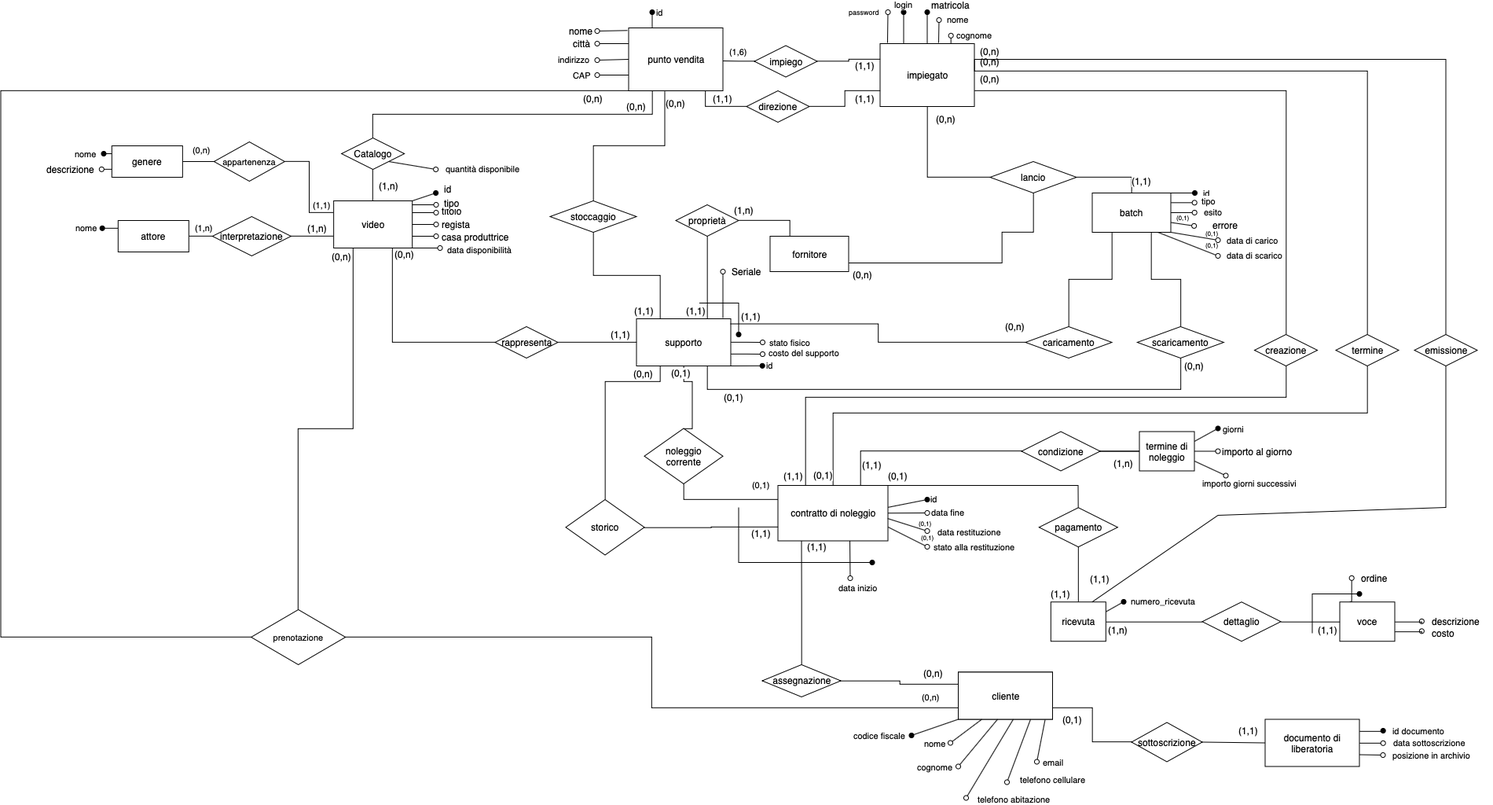
Before: docs/Progettazione_logica.png, a diagram exported from draw.io (marcoromag/bd-noleggio). Source tidied: cells renumbered, new cells last; positions are measured from the earlier drawing's top-left corner, leaving out a move shared by most shapes.
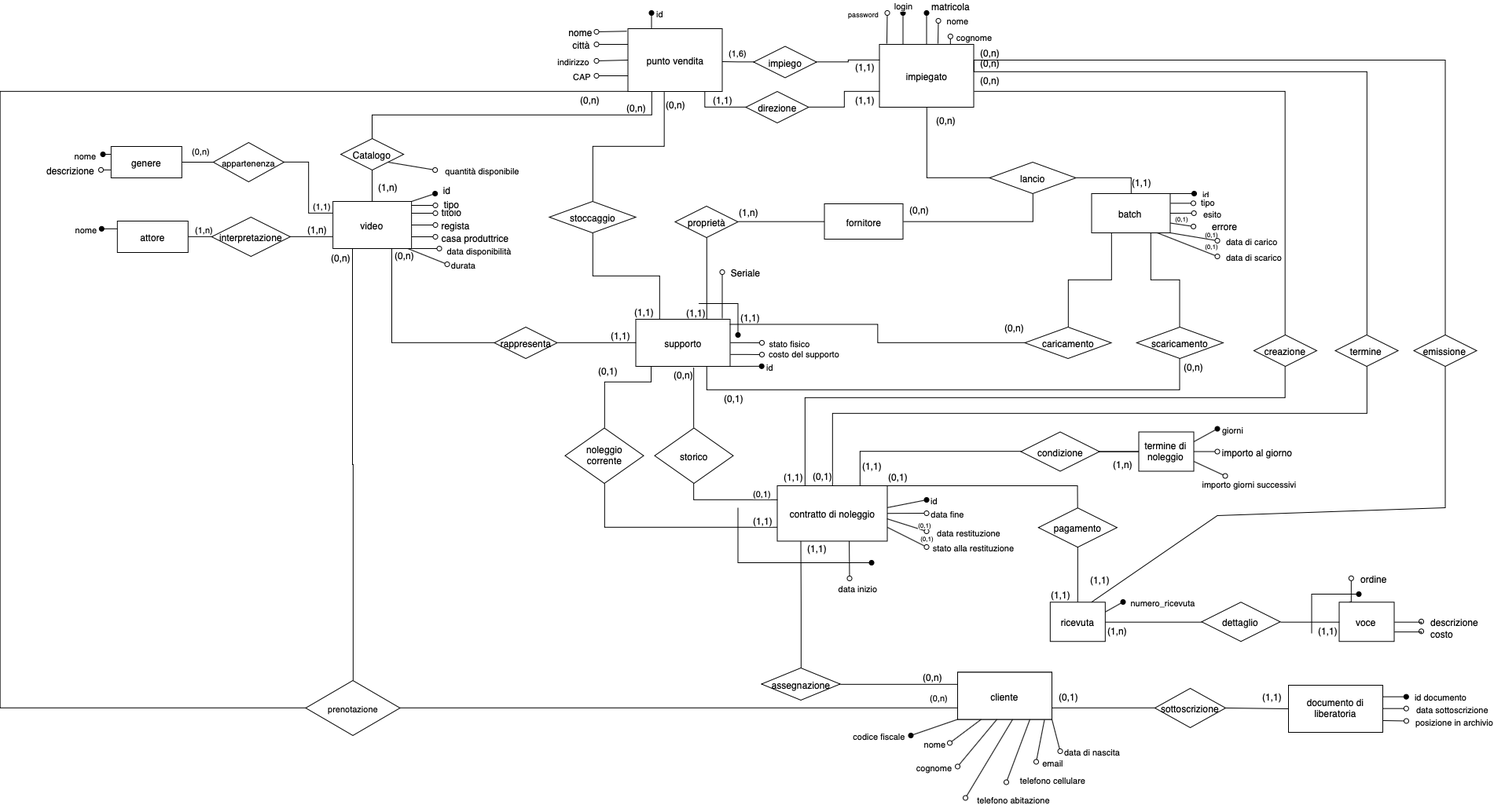
After the commit.

The edit, as a diff of the source:
```diff
@@ -173,11 +173,11 @@
         <mxPoint x="969.5" y="420" as="targetPoint" />
       </mxGeometry>
     </mxCell>
-    <mxCell id="41" style="edgeStyle=orthogonalEdgeStyle;rounded=0;jettySize=auto;html=1;startArrow=none;startFill=0;endArrow=none;endFill=0;entryX=0.5;entryY=0;entryDx=0;entryDy=0;exitX=0.5;exitY=1;exitDx=0;exitDy=0;" parent="1" edge="1" source="50" target="68">
+    <mxCell id="41" style="edgeStyle=orthogonalEdgeStyle;rounded=0;jettySize=auto;html=1;startArrow=none;startFill=0;endArrow=none;endFill=0;entryX=0.5;entryY=0;entryDx=0;entryDy=0;exitX=0.165;exitY=0.986;exitDx=0;exitDy=0;exitPerimeter=0;" parent="1" edge="1" source="50" target="68">
       <mxGeometry relative="1" as="geometry">
         <Array as="points">
-          <mxPoint x="870" y="470" />
-          <mxPoint x="880" y="470" />
+          <mxPoint x="829" y="470" />
+          <mxPoint x="769" y="470" />
         </Array>
       </mxGeometry>
     </mxCell>
@@ -207,17 +207,16 @@
         <mxPoint x="17.5" y="-1" as="offset" />
       </mxGeometry>
     </mxCell>
-    <mxCell id="47" style="edgeStyle=orthogonalEdgeStyle;rounded=0;jettySize=auto;html=1;exitX=0.25;exitY=1;exitDx=0;exitDy=0;entryX=0.5;entryY=0;entryDx=0;entryDy=0;startArrow=none;startFill=0;endArrow=none;endFill=0;strokeColor=#000000;" parent="1" edge="1" source="50" target="133">
+    <mxCell id="47" style="edgeStyle=orthogonalEdgeStyle;rounded=0;jettySize=auto;html=1;exitX=0.617;exitY=1.024;exitDx=0;exitDy=0;entryX=0.5;entryY=0;entryDx=0;entryDy=0;startArrow=none;startFill=0;endArrow=none;endFill=0;strokeColor=#000000;exitPerimeter=0;" parent="1" edge="1" source="50" target="133">
       <mxGeometry relative="1" as="geometry">
         <Array as="points">
-          <mxPoint x="840" y="470" />
-          <mxPoint x="770" y="470" />
+          <mxPoint x="883" y="523" />
         </Array>
       </mxGeometry>
     </mxCell>
     <mxCell id="48" value="(0,n)" style="text;html=1;align=center;verticalAlign=middle;labelBackgroundColor=#ffffff;" parent="47" vertex="1">
       <mxGeometry x="-0.49" y="3" relative="1" as="geometry">
-        <mxPoint x="19.5" y="-13" as="offset" />
+        <mxPoint x="-16.7" y="-10.7" as="offset" />
       </mxGeometry>
     </mxCell>
     <mxCell id="49" value="id" style="rounded=0;jettySize=auto;html=1;exitX=1;exitY=1;exitDx=0;exitDy=0;endArrow=oval;endFill=1;" parent="1" edge="1" source="50">
@@ -240,7 +239,7 @@
     <mxCell id="53" value="rappresenta" style="rhombus;whiteSpace=wrap;html=1;" parent="1" vertex="1">
       <mxGeometry x="629" y="400" width="80" height="40" as="geometry" />
     </mxCell>
-    <mxCell id="54" style="edgeStyle=orthogonalEdgeStyle;rounded=0;jettySize=auto;html=1;exitX=0.25;exitY=0;exitDx=0;exitDy=0;entryX=1;entryY=0.5;entryDx=0;entryDy=0;startArrow=none;startFill=0;endArrow=none;endFill=0;" parent="1" edge="1" source="58" target="61">
+    <mxCell id="54" style="edgeStyle=orthogonalEdgeStyle;rounded=0;jettySize=auto;html=1;exitX=0;exitY=0.5;exitDx=0;exitDy=0;entryX=1;entryY=0.5;entryDx=0;entryDy=0;startArrow=none;startFill=0;endArrow=none;endFill=0;" parent="1" edge="1" source="58" target="61">
       <mxGeometry relative="1" as="geometry" />
     </mxCell>
     <mxCell id="55" value="(1,n)" style="text;html=1;align=center;verticalAlign=middle;labelBackgroundColor=#ffffff;" parent="54" vertex="1">
@@ -248,22 +247,23 @@
         <mxPoint x="-11.8" y="-13.8" as="offset" />
       </mxGeometry>
     </mxCell>
-    <mxCell id="56" style="edgeStyle=orthogonalEdgeStyle;rounded=0;jettySize=auto;html=1;exitX=1;exitY=0.75;exitDx=0;exitDy=0;entryX=0.5;entryY=1;entryDx=0;entryDy=0;startArrow=none;startFill=0;endArrow=none;endFill=0;strokeColor=#000000;fontColor=#7EA6E0;" parent="1" edge="1" source="58" target="176">
+    <mxCell id="56" style="edgeStyle=orthogonalEdgeStyle;rounded=0;jettySize=auto;html=1;entryX=0.5;entryY=1;entryDx=0;entryDy=0;startArrow=none;startFill=0;endArrow=none;endFill=0;strokeColor=#000000;fontColor=#7EA6E0;" parent="1" edge="1" target="176">
       <mxGeometry relative="1" as="geometry">
+        <mxPoint x="1149" y="266" as="sourcePoint" />
         <Array as="points">
-          <mxPoint x="1274" y="319" />
-          <mxPoint x="1274" y="280" />
-          <mxPoint x="1315" y="280" />
+          <mxPoint x="1149" y="266" />
+          <mxPoint x="1315" y="266" />
+          <mxPoint x="1315" y="230" />
         </Array>
       </mxGeometry>
     </mxCell>
     <mxCell id="57" value="&lt;font color=&quot;#000000&quot;&gt;(0,n)&lt;/font&gt;" style="text;html=1;align=center;verticalAlign=middle;labelBackgroundColor=#ffffff;fontColor=#7EA6E0;" parent="56" vertex="1">
       <mxGeometry x="-0.61" y="-2" relative="1" as="geometry">
-        <mxPoint x="-45.5" y="13" as="offset" />
+        <mxPoint x="-19.6" y="-17.9" as="offset" />
       </mxGeometry>
     </mxCell>
     <mxCell id="58" value="fornitore" style="rounded=0;whiteSpace=wrap;html=1;" parent="1" vertex="1">
-      <mxGeometry x="979" y="285" width="100" height="45" as="geometry" />
+      <mxGeometry x="1049" y="243" width="100" height="45" as="geometry" />
     </mxCell>
     <mxCell id="59" style="edgeStyle=orthogonalEdgeStyle;rounded=0;jettySize=auto;html=1;entryX=0.75;entryY=0;entryDx=0;entryDy=0;startArrow=none;startFill=0;endArrow=none;endFill=0;" parent="1" edge="1" source="61" target="50">
       <mxGeometry relative="1" as="geometry" />
@@ -274,7 +274,7 @@
       </mxGeometry>
     </mxCell>
     <mxCell id="61" value="proprietà" style="rhombus;whiteSpace=wrap;html=1;" parent="1" vertex="1">
-      <mxGeometry x="859" y="245" width="80" height="40" as="geometry" />
+      <mxGeometry x="859" y="246" width="80" height="40" as="geometry" />
     </mxCell>
     <mxCell id="62" value="&lt;font style=&quot;font-size: 11px&quot;&gt;stato fisico&lt;/font&gt;" style="text;html=1;align=center;verticalAlign=middle;" parent="1" vertex="1">
       <mxGeometry x="969" y="410" width="70" height="20" as="geometry" />
@@ -290,16 +290,16 @@
     <mxCell id="65" value="cliente" style="rounded=0;whiteSpace=wrap;html=1;" parent="1" vertex="1">
       <mxGeometry x="1218.5" y="839.5" width="120" height="60" as="geometry" />
     </mxCell>
-    <mxCell id="66" style="edgeStyle=orthogonalEdgeStyle;rounded=0;jettySize=auto;html=1;entryX=0;entryY=0.25;entryDx=0;entryDy=0;startArrow=none;startFill=0;endArrow=none;endFill=0;exitX=0.5;exitY=1;exitDx=0;exitDy=0;" parent="1" edge="1" source="68" target="78">
+    <mxCell id="66" style="edgeStyle=orthogonalEdgeStyle;rounded=0;jettySize=auto;html=1;entryX=0;entryY=0.75;entryDx=0;entryDy=0;startArrow=none;startFill=0;endArrow=none;endFill=0;exitX=0.5;exitY=1;exitDx=0;exitDy=0;" parent="1" edge="1" source="68" target="78">
       <mxGeometry relative="1" as="geometry" />
     </mxCell>
     <mxCell id="67" value="(1,1)" style="text;html=1;align=center;verticalAlign=middle;labelBackgroundColor=#ffffff;" parent="66" vertex="1">
       <mxGeometry x="-0.26" y="2" relative="1" as="geometry">
-        <mxPoint x="66.5" y="44.9" as="offset" />
+        <mxPoint x="153.9" y="-7.4" as="offset" />
       </mxGeometry>
     </mxCell>
     <mxCell id="68" value="noleggio&lt;br&gt;corrente" style="rhombus;whiteSpace=wrap;html=1;" parent="1" vertex="1">
-      <mxGeometry x="819" y="529.5" width="100" height="70.5" as="geometry" />
+      <mxGeometry x="719" y="528.5" width="100" height="70.5" as="geometry" />
     </mxCell>
     <mxCell id="69" style="edgeStyle=orthogonalEdgeStyle;rounded=0;jettySize=auto;html=1;exitX=0.5;exitY=0;exitDx=0;exitDy=0;startArrow=none;startFill=0;endArrow=none;endFill=0;" parent="1" edge="1" source="71">
       <mxGeometry relative="1" as="geometry">
@@ -312,7 +312,7 @@
       </mxGeometry>
     </mxCell>
     <mxCell id="71" value="assegnazione" style="rhombus;whiteSpace=wrap;html=1;" parent="1" vertex="1">
-      <mxGeometry x="969" y="830" width="100" height="41" as="geometry" />
+      <mxGeometry x="969" y="834" width="100" height="41" as="geometry" />
     </mxCell>
     <mxCell id="72" value="data inizio" style="rounded=0;jettySize=auto;html=1;exitX=0.654;exitY=0.993;exitDx=0;exitDy=0;startArrow=none;startFill=0;endArrow=oval;endFill=0;exitPerimeter=0;" parent="1" edge="1" source="78">
       <mxGeometry x="1" y="14" relative="1" as="geometry">
@@ -546,7 +546,7 @@
     </mxCell>
     <mxCell id="120" style="edgeStyle=orthogonalEdgeStyle;rounded=0;jettySize=auto;html=1;exitX=1;exitY=0.25;exitDx=0;exitDy=0;startArrow=none;startFill=0;endArrow=oval;endFill=1;strokeColor=#000000;" parent="1" edge="1" source="124">
       <mxGeometry relative="1" as="geometry">
-        <mxPoint x="1758.8" y="914.3" as="targetPoint" />
+        <mxPoint x="1789.3" y="870.8" as="targetPoint" />
       </mxGeometry>
     </mxCell>
     <mxCell id="121" value="&lt;font style=&quot;font-size: 11px&quot;&gt;id documento&lt;/font&gt;" style="text;html=1;align=left;verticalAlign=middle;labelBackgroundColor=#ffffff;" parent="120" vertex="1">
@@ -556,18 +556,18 @@
     </mxCell>
     <mxCell id="122" value="data sottoscrizione" style="edgeStyle=orthogonalEdgeStyle;rounded=0;jettySize=auto;html=1;exitX=1;exitY=0.5;exitDx=0;exitDy=0;startArrow=none;startFill=0;endArrow=oval;endFill=0;strokeColor=#000000;align=left;" parent="1" edge="1" source="124">
       <mxGeometry x="1" y="11" relative="1" as="geometry">
-        <mxPoint x="1758.8" y="929.5" as="targetPoint" />
+        <mxPoint x="1789.3" y="886" as="targetPoint" />
         <mxPoint x="11" y="11" as="offset" />
       </mxGeometry>
     </mxCell>
     <mxCell id="123" value="posizione in archivio" style="edgeStyle=none;rounded=0;jettySize=auto;html=1;exitX=1;exitY=0.75;exitDx=0;exitDy=0;endArrow=oval;endFill=0;align=left;" parent="1" edge="1" source="124">
       <mxGeometry x="1" y="10" relative="1" as="geometry">
-        <mxPoint x="1759" y="945" as="targetPoint" />
+        <mxPoint x="1789.5" y="901.5" as="targetPoint" />
         <mxPoint x="10" y="10" as="offset" />
       </mxGeometry>
     </mxCell>
     <mxCell id="124" value="documento di liberatoria" style="rounded=0;whiteSpace=wrap;html=1;" parent="1" vertex="1">
-      <mxGeometry x="1609" y="899.5" width="120" height="60" as="geometry" />
+      <mxGeometry x="1639.5" y="856" width="120" height="60" as="geometry" />
     </mxCell>
     <mxCell id="125" style="endArrow=none;html=1;strokeColor=#000000;endFill=0;startArrow=oval;startFill=0;" parent="1" edge="1">
       <mxGeometry relative="1" as="geometry">
@@ -589,21 +589,21 @@
       </mxGeometry>
     </mxCell>
     <mxCell id="129" value="sottoscrizione" style="rhombus;whiteSpace=wrap;html=1;" parent="1" vertex="1">
-      <mxGeometry x="1439" y="903.5" width="90" height="50" as="geometry" />
+      <mxGeometry x="1469.5" y="860" width="90" height="50" as="geometry" />
     </mxCell>
     <mxCell id="130" style="endArrow=none;html=1;strokeColor=#000000;entryX=0;entryY=0.5;entryDx=0;entryDy=0;exitX=1;exitY=0.75;exitDx=0;exitDy=0;edgeStyle=orthogonalEdgeStyle;rounded=0;" parent="1" edge="1" source="111" target="129">
       <mxGeometry relative="1" as="geometry" />
     </mxCell>
     <mxCell id="131" value="(0,1)" style="text;html=1;align=center;verticalAlign=middle;labelBackgroundColor=#ffffff;" parent="130" vertex="1">
       <mxGeometry x="-0.57" y="1" relative="1" as="geometry">
-        <mxPoint x="-5.5" y="15.9" as="offset" />
+        <mxPoint x="-7.8" y="-14.3" as="offset" />
       </mxGeometry>
     </mxCell>
-    <mxCell id="132" value="(0,1)" style="edgeStyle=orthogonalEdgeStyle;rounded=0;jettySize=auto;html=1;entryX=0;entryY=0.75;entryDx=0;entryDy=0;startArrow=none;startFill=0;endArrow=none;endFill=0;strokeColor=#000000;" parent="1" edge="1" source="133" target="78">
-      <mxGeometry x="0.76" y="53" relative="1" as="geometry" />
+    <mxCell id="132" value="(0,1)" style="edgeStyle=orthogonalEdgeStyle;rounded=0;jettySize=auto;html=1;startArrow=none;startFill=0;endArrow=none;endFill=0;strokeColor=#000000;entryX=0;entryY=0.25;entryDx=0;entryDy=0;exitX=0.5;exitY=1;exitDx=0;exitDy=0;" parent="1" edge="1" source="133" target="78">
+      <mxGeometry x="0.69" y="9" relative="1" as="geometry" />
     </mxCell>
     <mxCell id="133" value="storico" style="rhombus;whiteSpace=wrap;html=1;" parent="1" vertex="1">
-      <mxGeometry x="719" y="620" width="100" height="70.5" as="geometry" />
+      <mxGeometry x="833" y="528.5" width="100" height="70.5" as="geometry" />
     </mxCell>
     <mxCell id="134" style="endArrow=none;html=1;strokeColor=#000000;rounded=0;endFill=0;startArrow=oval;startFill=1;" parent="1" edge="1">
       <mxGeometry relative="1" as="geometry">
@@ -716,7 +716,7 @@
     <mxCell id="156" style="edgeStyle=orthogonalEdgeStyle;rounded=0;jettySize=auto;html=1;entryX=0;entryY=1;entryDx=0;entryDy=0;endArrow=none;endFill=0;" parent="1" edge="1" source="158" target="7">
       <mxGeometry relative="1" as="geometry">
         <Array as="points">
-          <mxPoint y="795" />
+          <mxPoint y="885" />
           <mxPoint y="100" />
         </Array>
       </mxGeometry>
@@ -727,7 +727,7 @@
       </mxGeometry>
     </mxCell>
     <mxCell id="158" value="prenotazione" style="rhombus;whiteSpace=wrap;html=1;fontSize=11;" parent="1" vertex="1">
-      <mxGeometry x="318.6" y="760" width="120" height="70" as="geometry" />
+      <mxGeometry x="389" y="850" width="120" height="70" as="geometry" />
     </mxCell>
     <mxCell id="159" value="id" style="rounded=0;jettySize=auto;html=1;exitX=1;exitY=0;exitDx=0;exitDy=0;endArrow=oval;endFill=1;align=left;" parent="1" edge="1" source="163">
       <mxGeometry x="1" y="9" relative="1" as="geometry">
@@ -828,7 +828,7 @@
     </mxCell>
     <mxCell id="181" value="(0,1)" style="text;html=1;align=center;verticalAlign=middle;labelBackgroundColor=#ffffff;" parent="180" vertex="1">
       <mxGeometry x="0.97" y="-1" relative="1" as="geometry">
-        <mxPoint x="-11.5" as="offset" />
+        <mxPoint x="-12.5" as="offset" />
       </mxGeometry>
     </mxCell>
     <mxCell id="182" value="termine" style="rhombus;whiteSpace=wrap;html=1;" parent="1" vertex="1">
@@ -978,5 +978,26 @@
     <mxCell id="213" value="&lt;span style=&quot;font-size: 8px&quot;&gt;(0,1)&lt;/span&gt;" style="text;html=1;align=center;verticalAlign=middle;" parent="1" vertex="1">
       <mxGeometry x="1526.3" y="285" width="30" height="20" as="geometry" />
     </mxCell>
+    <mxCell id="214" style="endArrow=none;html=1;strokeColor=#000000;endFill=0;startArrow=oval;startFill=0;entryX=1;entryY=1;entryDx=0;entryDy=0;" parent="1" edge="1" target="111">
+      <mxGeometry relative="1" as="geometry">
+        <mxPoint x="1349" y="940" as="sourcePoint" />
+      </mxGeometry>
+    </mxCell>
+    <mxCell id="215" value="&lt;font style=&quot;font-size: 11px&quot;&gt;data di nascita&lt;/font&gt;" style="text;html=1;align=center;verticalAlign=middle;labelBackgroundColor=#ffffff;" parent="214" vertex="1">
+      <mxGeometry x="-0.34" relative="1" as="geometry">
+        <mxPoint x="43.4" y="13.3" as="offset" />
+      </mxGeometry>
+    </mxCell>
+    <mxCell id="216" style="rounded=0;orthogonalLoop=1;jettySize=auto;html=1;startArrow=none;startFill=0;endArrow=oval;endFill=0;strokeColor=#000000;fontSize=11;" parent="1" edge="1">
+      <mxGeometry relative="1" as="geometry">
+        <mxPoint x="519" y="300" as="sourcePoint" />
+        <mxPoint x="569" y="320" as="targetPoint" />
+      </mxGeometry>
+    </mxCell>
+    <mxCell id="217" value="durata" style="text;html=1;align=center;verticalAlign=middle;labelBackgroundColor=#ffffff;fontSize=11;" parent="216" vertex="1">
+      <mxGeometry x="0.19" relative="1" as="geometry">
+        <mxPoint x="40.6" y="8.2" as="offset" />
+      </mxGeometry>
+    </mxCell>
   </root>
 </mxGraphModel>
```
